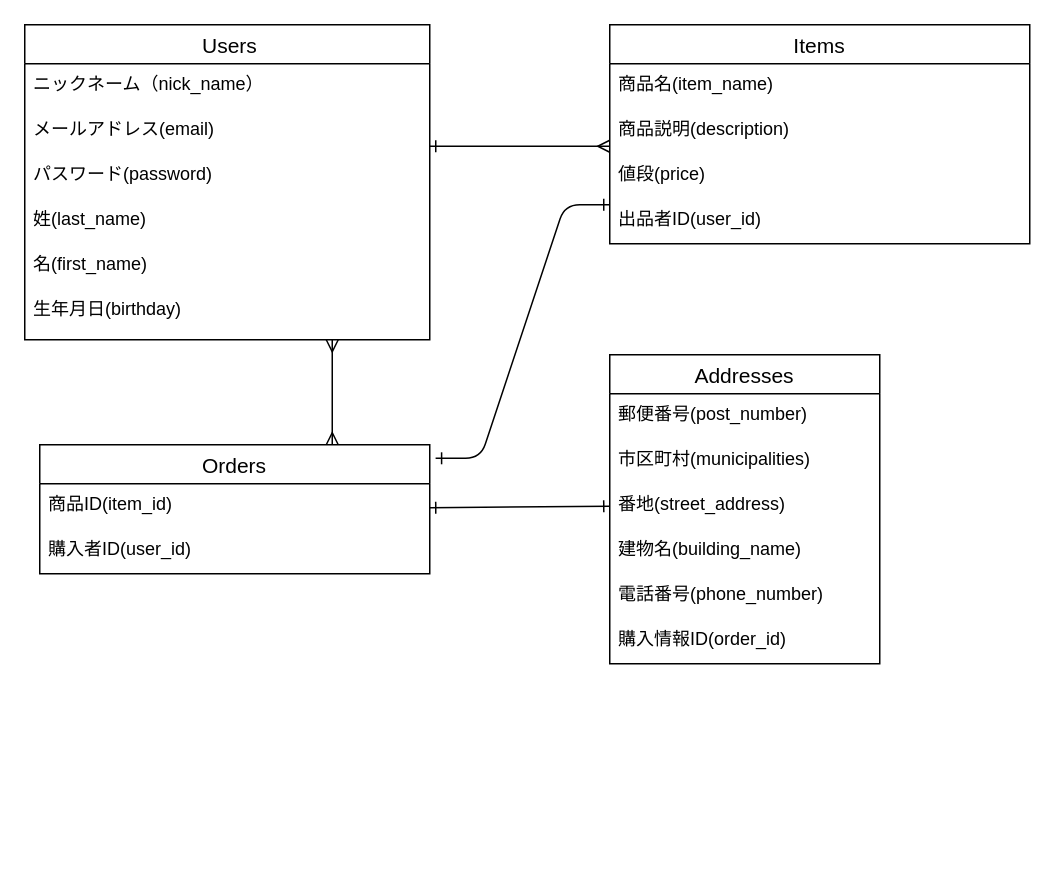
The draw.io diagram furima.dio in ktna1727/furima-40943, before the edit. Source tidied: cells renumbered, new cells numbered last; positions are measured from the earlier drawing's top-left corner, leaving out a move shared by most shapes. Both pictures are drawn from the tidied source at 150%, with x=0, y=0 at pixel (24, 24).
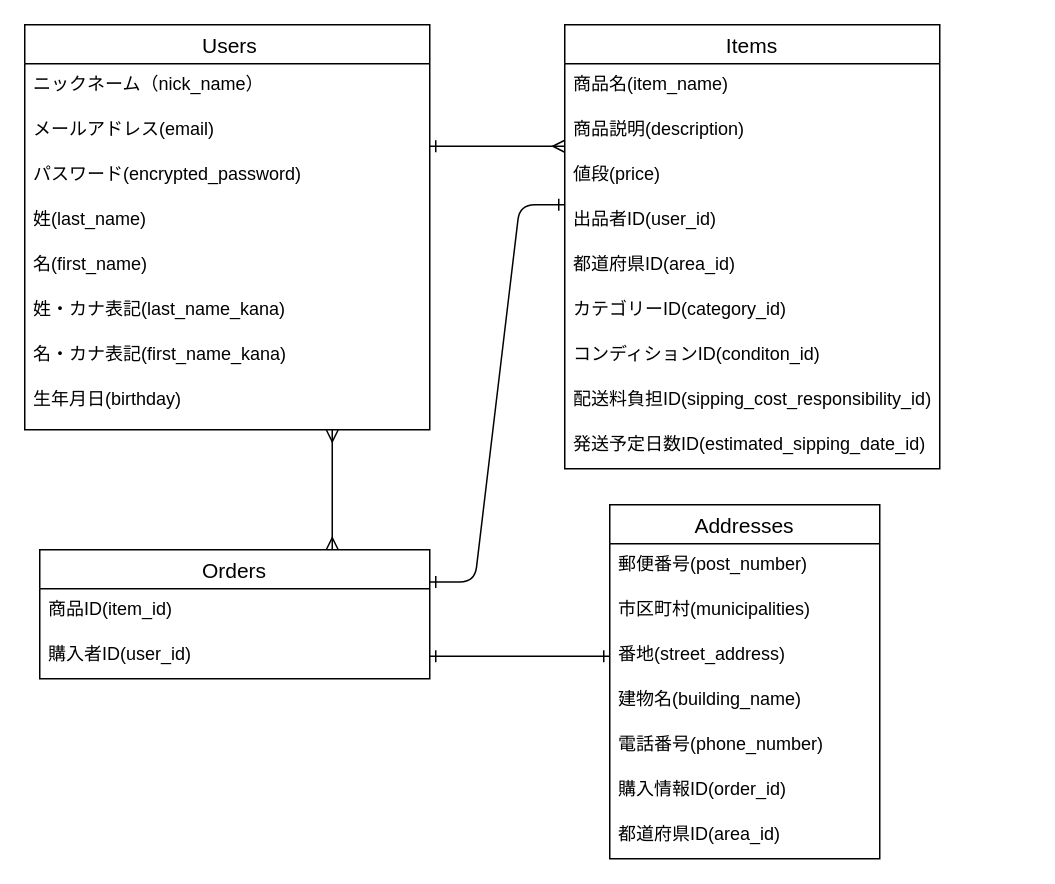
The same diagram, later.

Commit message (it also covers changes not shown here):
データベース設計※再修正版

Unchanged cells that the change refers to:
```xml
<mxCell id="23" value="番地(street_address)" style="text;strokeColor=none;fillColor=none;spacingLeft=4;spacingRight=4;overflow=hidden;points=[[0,0.5],[1,0.5]];portConstraint=eastwest;fontSize=12;" parent="20" vertex="1">
  <mxGeometry y="86" width="180" height="30" as="geometry" />
</mxCell>
```

Diff of the diagram source:
```diff
@@
     <mxCell id="3" value=" Users" style="swimlane;fontStyle=0;horizontal=1;startSize=26;align=center;fontSize=14;" parent="1" vertex="1">
-      <mxGeometry width="270" height="210" as="geometry" />
+      <mxGeometry width="270" height="270" as="geometry" />
     </mxCell>
@@
-    <mxCell id="6" value="パスワード(password)" style="text;strokeColor=none;fillColor=none;spacingLeft=4;spacingRight=4;overflow=hidden;fontSize=12;" parent="3" vertex="1">
+    <mxCell id="6" value="パスワード(encrypted_password)" style="text;strokeColor=none;fillColor=none;spacingLeft=4;spacingRight=4;overflow=hidden;fontSize=12;" parent="3" vertex="1">
       <mxGeometry y="86" width="270" height="30" as="geometry" />
     </mxCell>
@@
+    <mxCell id="28" value="姓・カナ表記(last_name_kana)" style="text;strokeColor=none;fillColor=none;spacingLeft=4;spacingRight=4;overflow=hidden;fontSize=12;" parent="3" vertex="1">
+      <mxGeometry y="176" width="270" height="30" as="geometry" />
+    </mxCell>
+    <mxCell id="29" value="名・カナ表記(first_name_kana)" style="text;strokeColor=none;fillColor=none;spacingLeft=4;spacingRight=4;overflow=hidden;fontSize=12;" parent="3" vertex="1">
+      <mxGeometry y="206" width="270" height="30" as="geometry" />
+    </mxCell>
     <mxCell id="9" value="生年月日(birthday)" style="text;strokeColor=none;fillColor=none;spacingLeft=4;spacingRight=4;overflow=hidden;fontSize=12;" parent="3" vertex="1">
-      <mxGeometry y="176" width="270" height="34" as="geometry" />
+      <mxGeometry y="236" width="270" height="34" as="geometry" />
     </mxCell>
     <mxCell id="10" value="Items" style="swimlane;fontStyle=0;horizontal=1;startSize=26;align=center;fontSize=14;" parent="1" vertex="1">
-      <mxGeometry x="390" width="280" height="146" as="geometry" />
+      <mxGeometry x="360" width="250" height="296" as="geometry" />
     </mxCell>
     <mxCell id="11" value="商品名(item_name)" style="text;strokeColor=none;fillColor=none;spacingLeft=4;spacingRight=4;overflow=hidden;fontSize=12;" parent="10" vertex="1">
-      <mxGeometry y="26" width="280" height="30" as="geometry" />
+      <mxGeometry y="26" width="250" height="30" as="geometry" />
     </mxCell>
     <mxCell id="12" value="商品説明(description)" style="text;strokeColor=none;fillColor=none;spacingLeft=4;spacingRight=4;overflow=hidden;points=[[0,0.5],[1,0.5]];portConstraint=eastwest;fontSize=12;" parent="10" vertex="1">
-      <mxGeometry y="56" width="280" height="30" as="geometry" />
+      <mxGeometry y="56" width="250" height="30" as="geometry" />
     </mxCell>
     <mxCell id="13" value="値段(price)" style="text;strokeColor=none;fillColor=none;spacingLeft=4;spacingRight=4;overflow=hidden;fontSize=12;" parent="10" vertex="1">
-      <mxGeometry y="86" width="280" height="30" as="geometry" />
+      <mxGeometry y="86" width="250" height="30" as="geometry" />
     </mxCell>
     <mxCell id="14" value="出品者ID(user_id) " style="text;strokeColor=none;fillColor=none;spacingLeft=4;spacingRight=4;overflow=hidden;points=[[0,0.5],[1,0.5]];portConstraint=eastwest;fontSize=12;shadow=1;" parent="10" vertex="1">
-      <mxGeometry y="116" width="280" height="30" as="geometry" />
+      <mxGeometry y="116" width="250" height="30" as="geometry" />
     </mxCell>
+    <mxCell id="30" value="都道府県ID(area_id) " style="text;strokeColor=none;fillColor=none;spacingLeft=4;spacingRight=4;overflow=hidden;fontSize=12;" parent="10" vertex="1">
+      <mxGeometry y="146" width="250" height="30" as="geometry" />
+    </mxCell>
+    <mxCell id="31" value="カテゴリーID(category_id)" style="text;strokeColor=none;fillColor=none;spacingLeft=4;spacingRight=4;overflow=hidden;fontSize=12;" parent="10" vertex="1">
+      <mxGeometry y="176" width="250" height="30" as="geometry" />
+    </mxCell>
+    <mxCell id="32" value="コンディションID(conditon_id)" style="text;strokeColor=none;fillColor=none;spacingLeft=4;spacingRight=4;overflow=hidden;fontSize=12;" parent="10" vertex="1">
+      <mxGeometry y="206" width="250" height="30" as="geometry" />
+    </mxCell>
+    <mxCell id="33" value="配送料負担ID(sipping_cost_responsibility_id)" style="text;strokeColor=none;fillColor=none;spacingLeft=4;spacingRight=4;overflow=hidden;fontSize=12;" parent="10" vertex="1">
+      <mxGeometry y="236" width="250" height="30" as="geometry" />
+    </mxCell>
+    <mxCell id="34" value="発送予定日数ID(estimated_sipping_date_id)&#10;" style="text;strokeColor=none;fillColor=none;spacingLeft=4;spacingRight=4;overflow=hidden;fontSize=12;" parent="10" vertex="1">
+      <mxGeometry y="266" width="250" height="30" as="geometry" />
+    </mxCell>
     <mxCell id="15" style="edgeStyle=none;html=1;exitX=0.75;exitY=0;exitDx=0;exitDy=0;startArrow=ERmany;startFill=0;endArrow=ERmany;endFill=0;" parent="1" edge="1" source="17">
       <mxGeometry relative="1" as="geometry">
-        <mxPoint x="205" y="210" as="targetPoint" />
+        <mxPoint x="205" y="270" as="targetPoint" />
+        <Array as="points">
+          <mxPoint x="205" y="300" />
+        </Array>
       </mxGeometry>
     </mxCell>
-    <mxCell id="16" style="edgeStyle=none;html=1;entryX=0;entryY=0.5;entryDx=0;entryDy=0;startArrow=ERone;startFill=0;endArrow=ERone;endFill=0;" parent="1" edge="1" source="17" target="23">
-      <mxGeometry relative="1" as="geometry" />
+    <mxCell id="16" style="edgeStyle=none;html=1;entryX=0;entryY=0.5;entryDx=0;entryDy=0;startArrow=ERone;startFill=0;endArrow=ERone;endFill=0;" parent="1" edge="1" target="23">
+      <mxGeometry relative="1" as="geometry">
+        <mxPoint x="270" y="421" as="sourcePoint" />
+      </mxGeometry>
     </mxCell>
     <mxCell id="17" value="Orders" style="swimlane;fontStyle=0;horizontal=1;startSize=26;align=center;fontSize=14;" parent="1" vertex="1">
-      <mxGeometry x="10" y="280" width="260" height="86" as="geometry" />
+      <mxGeometry x="10" y="350" width="260" height="86" as="geometry" />
     </mxCell>
@@
     <mxCell id="20" value="Addresses" style="swimlane;fontStyle=0;horizontal=1;startSize=26;align=center;fontSize=14;" parent="1" vertex="1">
-      <mxGeometry x="390" y="220" width="180" height="206" as="geometry" />
+      <mxGeometry x="390" y="320" width="180" height="236" as="geometry" />
     </mxCell>
@@
+    <mxCell id="35" value="都道府県ID(area_id)" style="text;strokeColor=none;fillColor=none;spacingLeft=4;spacingRight=4;overflow=hidden;fontSize=12;" parent="20" vertex="1">
+      <mxGeometry y="206" width="180" height="30" as="geometry" />
+    </mxCell>
-    <mxCell id="27" style="edgeStyle=entityRelationEdgeStyle;fontSize=12;html=1;endArrow=ERone;endFill=1;entryX=0;entryY=0.133;entryDx=0;entryDy=0;entryPerimeter=0;startArrow=ERone;startFill=0;exitX=1.015;exitY=0.105;exitDx=0;exitDy=0;exitPerimeter=0;" parent="1" edge="1" source="17" target="14">
+    <mxCell id="27" style="edgeStyle=entityRelationEdgeStyle;fontSize=12;html=1;endArrow=ERone;endFill=1;entryX=0;entryY=0.133;entryDx=0;entryDy=0;entryPerimeter=0;startArrow=ERone;startFill=0;exitX=1;exitY=0.25;exitDx=0;exitDy=0;" parent="1" edge="1" source="17" target="14">
       <mxGeometry relative="1" as="geometry" />
     </mxCell>
```
